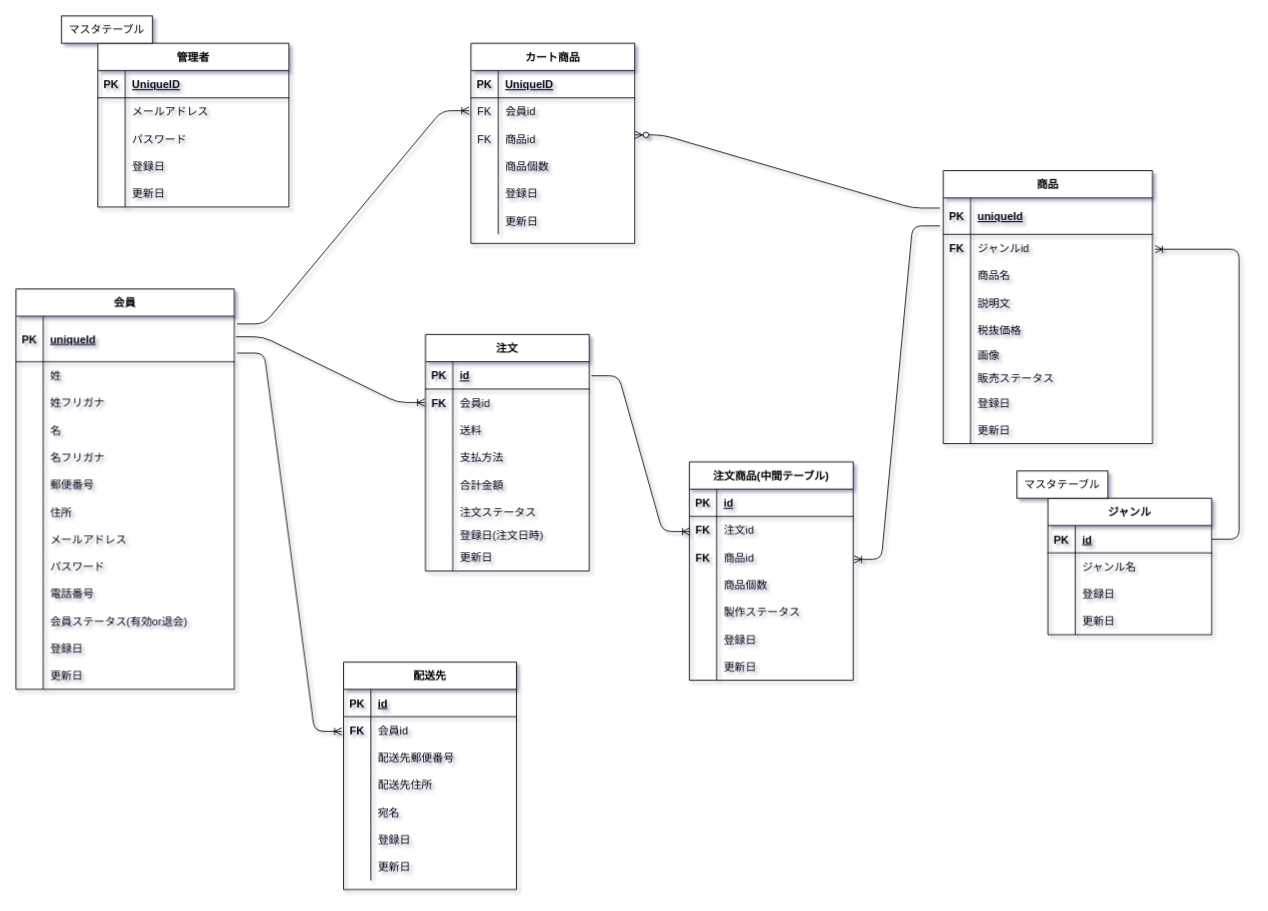
This is page "ECサイトER図" (1 of 2) of er_naganocake.drawio from hapi190601/ec_practice, a draw.io file, before an edit. Source tidied: cells renumbered, new cells numbered last; positions are measured from the earlier drawing's top-left corner, leaving out a move shared by most shapes. Both pictures are drawn from the tidied source at 91%, with x=0, y=0 at pixel (15, 15).
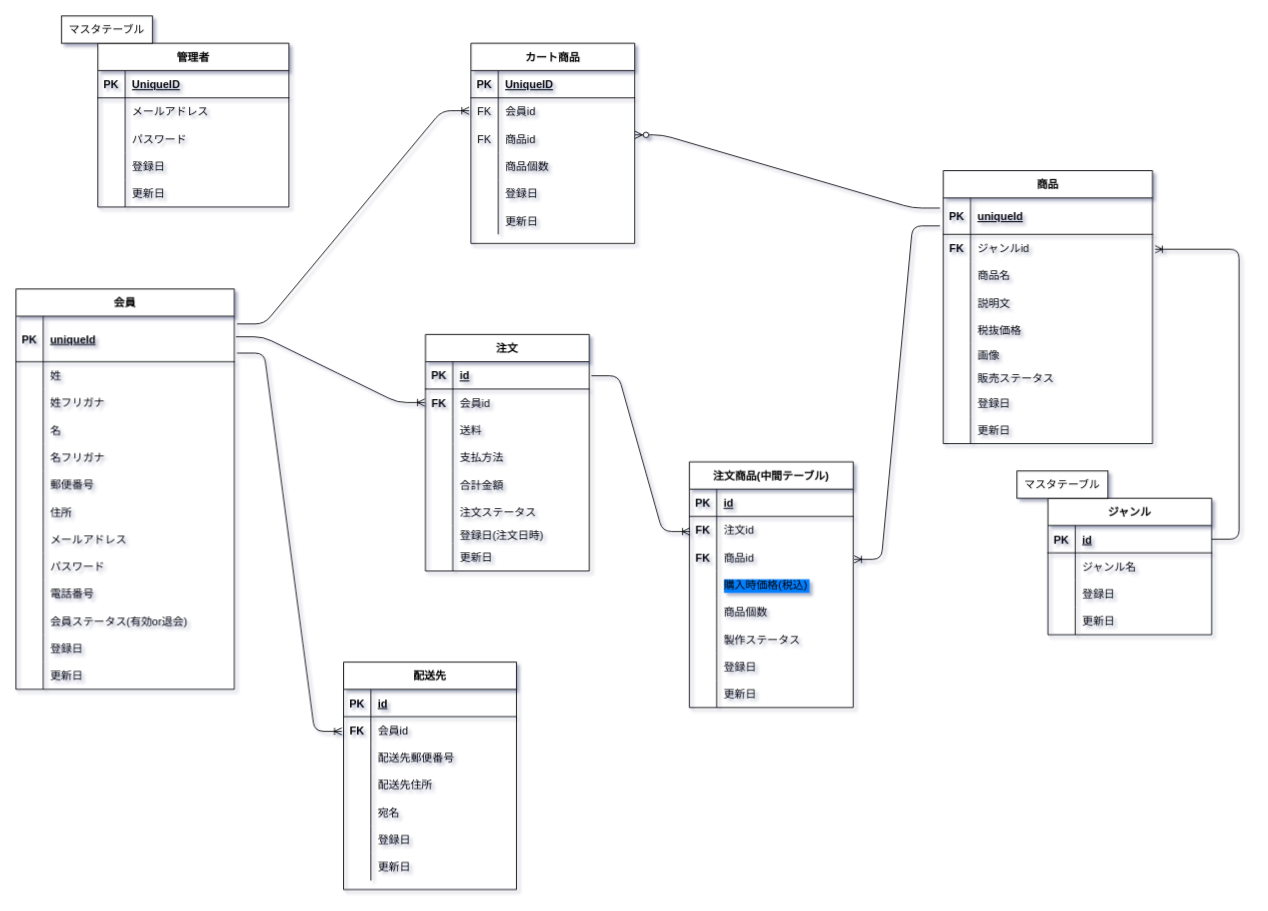
After the change.

Commit message:
Add購入時価格(税込)

The edit, as a diff of the source:
```diff
@@
     <mxCell id="132" value="注文商品(中間テーブル)" style="shape=table;startSize=30;childLayout=tableLayout;rowLines=0;fontStyle=1;align=center;" parent="1" vertex="1">
-      <mxGeometry x="740" y="490" width="180" height="240" as="geometry" />
+      <mxGeometry x="740" y="490" width="180" height="270" as="geometry" />
     </mxCell>
@@
+    <mxCell id="196" style="shape=partialRectangle;fillColor=none;top=0;left=0;bottom=0;right=0;" parent="132" vertex="1">
+      <mxGeometry y="120" width="180" height="30" as="geometry" />
+    </mxCell>
+    <mxCell id="197" style="shape=partialRectangle;fillColor=none;top=0;left=0;bottom=0;right=0;overflow=hidden;" parent="196" vertex="1">
+      <mxGeometry width="30" height="30" as="geometry" />
+    </mxCell>
+    <mxCell id="198" value="購入時価格(税込)" style="shape=partialRectangle;fillColor=none;top=0;left=0;bottom=0;right=0;align=left;spacingLeft=6;overflow=hidden;labelBackgroundColor=#007FFF;" parent="196" vertex="1">
+      <mxGeometry x="30" width="150" height="30" as="geometry" />
+    </mxCell>
     <mxCell id="142" style="shape=partialRectangle;fillColor=none;top=0;left=0;bottom=0;right=0;" parent="132" vertex="1">
-      <mxGeometry y="120" width="180" height="30" as="geometry" />
+      <mxGeometry y="150" width="180" height="30" as="geometry" />
     </mxCell>
@@
     <mxCell id="145" style="shape=partialRectangle;fillColor=none;top=0;left=0;bottom=0;right=0;" parent="132" vertex="1">
-      <mxGeometry y="150" width="180" height="30" as="geometry" />
+      <mxGeometry y="180" width="180" height="30" as="geometry" />
     </mxCell>
@@
     <mxCell id="148" style="shape=partialRectangle;fillColor=none;top=0;left=0;bottom=0;right=0;" parent="132" vertex="1">
-      <mxGeometry y="180" width="180" height="30" as="geometry" />
+      <mxGeometry y="210" width="180" height="30" as="geometry" />
     </mxCell>
@@
     <mxCell id="151" style="shape=partialRectangle;fillColor=none;top=0;left=0;bottom=0;right=0;" parent="132" vertex="1">
-      <mxGeometry y="210" width="180" height="30" as="geometry" />
+      <mxGeometry y="240" width="180" height="30" as="geometry" />
     </mxCell>
```
